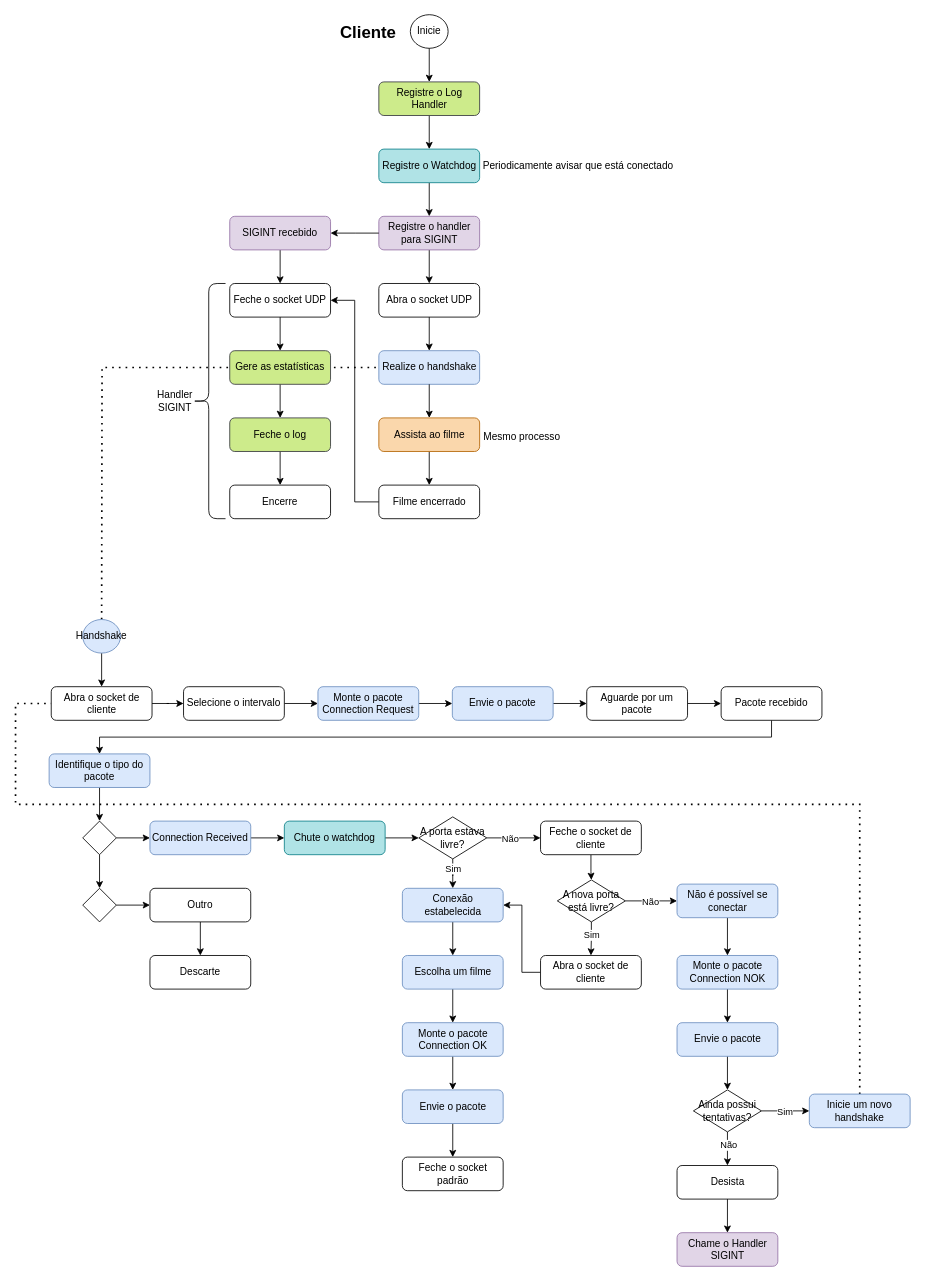
nico-ig/UDP-Video-Streaming keeps this draw.io diagram as page "Cliente" (2 of 8) of client-server.drawio. Above is the earlier version. Source tidied: cells renumbered, new cells numbered last; positions are measured from the earlier drawing's top-left corner, leaving out a move shared by most shapes. Both pictures are drawn from the tidied source at 84%, with x=0, y=0 at pixel (15, 14).
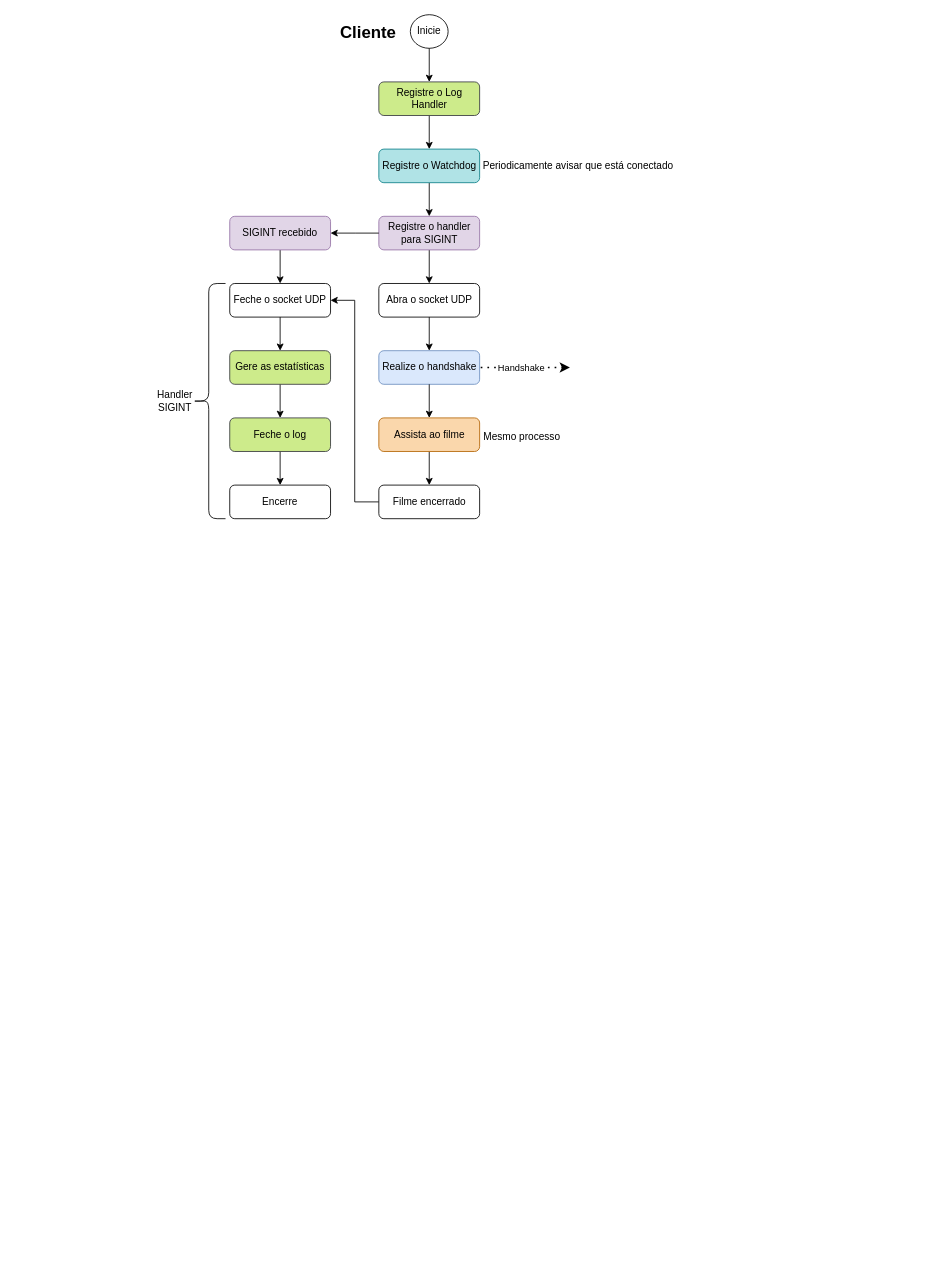
Above is the later version.

The change refers to these unchanged cells:
```xml
<mxCell id="6" value="Realize o handshake" style="rounded=1;whiteSpace=wrap;html=1;fillColor=#dae8fc;strokeColor=#6c8ebf;" parent="1" vertex="1">
  <mxGeometry x="432.5" y="400" width="120" height="40" as="geometry" />
</mxCell>
```

The edit, as a diff of the source:
```diff
@@
-    <mxCell id="2" style="endArrow=none;dashed=1;html=1;dashPattern=1 3;strokeWidth=2;rounded=0;entryX=0;entryY=0.5;entryDx=0;entryDy=0;exitX=0.5;exitY=0;exitDx=0;exitDy=0;" parent="1" edge="1" source="32" target="6">
-      <mxGeometry relative="1" as="geometry">
-        <Array as="points">
-          <mxPoint x="103" y="420" />
-        </Array>
-      </mxGeometry>
-    </mxCell>
-    <mxCell id="3" style="endArrow=none;dashed=1;html=1;dashPattern=1 3;strokeWidth=2;rounded=0;exitX=0.5;exitY=0;exitDx=0;exitDy=0;entryX=0;entryY=0.5;entryDx=0;entryDy=0;" parent="1" edge="1" source="71" target="35">
-      <mxGeometry relative="1" as="geometry">
-        <Array as="points">
-          <mxPoint x="1005" y="940" />
-          <mxPoint x="840" y="940" />
-          <mxPoint y="940" />
-          <mxPoint y="820" />
-        </Array>
-      </mxGeometry>
-    </mxCell>
@@
-    <mxCell id="31" style="edgeStyle=orthogonalEdgeStyle;rounded=0;jettySize=auto;html=1;" parent="1" edge="1" source="32" target="35">
-      <mxGeometry relative="1" as="geometry" />
-    </mxCell>
-    <mxCell id="32" value="Handshake" style="ellipse;whiteSpace=wrap;html=1;fillColor=#dae8fc;strokeColor=#6c8ebf;" parent="1" vertex="1">
-      <mxGeometry x="80" y="720" width="45" height="40" as="geometry" />
-    </mxCell>
@@
-    <mxCell id="34" style="edgeStyle=orthogonalEdgeStyle;rounded=0;jettySize=auto;html=1;" parent="1" edge="1" source="35" target="37">
-      <mxGeometry relative="1" as="geometry" />
-    </mxCell>
-    <mxCell id="35" value="Abra o socket de cliente" style="rounded=1;whiteSpace=wrap;html=1;" parent="1" vertex="1">
-      <mxGeometry x="42.5" y="800" width="120" height="40" as="geometry" />
-    </mxCell>
-    <mxCell id="36" style="edgeStyle=orthogonalEdgeStyle;rounded=0;jettySize=auto;html=1;" parent="1" edge="1" source="37" target="39">
-      <mxGeometry relative="1" as="geometry" />
-    </mxCell>
-    <mxCell id="37" value="Selecione o intervalo" style="rounded=1;whiteSpace=wrap;html=1;" parent="1" vertex="1">
-      <mxGeometry x="200" y="800" width="120" height="40" as="geometry" />
-    </mxCell>
-    <mxCell id="38" style="edgeStyle=orthogonalEdgeStyle;rounded=0;jettySize=auto;html=1;" parent="1" edge="1" source="39" target="41">
-      <mxGeometry relative="1" as="geometry" />
-    </mxCell>
-    <mxCell id="39" value="Monte o pacote Connection Request" style="rounded=1;whiteSpace=wrap;html=1;fillColor=#dae8fc;strokeColor=#6c8ebf;" parent="1" vertex="1">
-      <mxGeometry x="360" y="800" width="120" height="40" as="geometry" />
-    </mxCell>
-    <mxCell id="40" style="edgeStyle=orthogonalEdgeStyle;rounded=0;jettySize=auto;html=1;" parent="1" edge="1" source="41" target="43">
-      <mxGeometry relative="1" as="geometry" />
-    </mxCell>
-    <mxCell id="41" value="Envie o pacote" style="rounded=1;whiteSpace=wrap;html=1;fillColor=#dae8fc;strokeColor=#6c8ebf;" parent="1" vertex="1">
-      <mxGeometry x="520" y="800" width="120" height="40" as="geometry" />
-    </mxCell>
-    <mxCell id="42" style="edgeStyle=orthogonalEdgeStyle;rounded=0;jettySize=auto;html=1;exitX=1;exitY=0.5;exitDx=0;exitDy=0;entryX=0;entryY=0.5;entryDx=0;entryDy=0;" parent="1" edge="1" source="43" target="78">
-      <mxGeometry relative="1" as="geometry" />
-    </mxCell>
-    <mxCell id="43" value="Aguarde por um pacote" style="rounded=1;whiteSpace=wrap;html=1;" parent="1" vertex="1">
-      <mxGeometry x="680" y="800" width="120" height="40" as="geometry" />
-    </mxCell>
-    <mxCell id="44" style="edgeStyle=orthogonalEdgeStyle;rounded=0;jettySize=auto;html=1;exitX=1;exitY=0.5;exitDx=0;exitDy=0;" parent="1" edge="1" source="48" target="55">
-      <mxGeometry relative="1" as="geometry" />
-    </mxCell>
-    <mxCell id="45" value="Não" style="edgeLabel;html=1;align=center;verticalAlign=middle;" parent="44" vertex="1">
-      <mxGeometry relative="1" as="geometry">
-        <mxPoint x="-5" as="offset" />
-      </mxGeometry>
-    </mxCell>
-    <mxCell id="46" style="edgeStyle=orthogonalEdgeStyle;rounded=0;jettySize=auto;html=1;exitX=0.5;exitY=1;exitDx=0;exitDy=0;" parent="1" edge="1" source="48" target="67">
-      <mxGeometry relative="1" as="geometry" />
-    </mxCell>
-    <mxCell id="47" value="Sim" style="edgeLabel;html=1;align=center;verticalAlign=middle;" parent="46" vertex="1">
-      <mxGeometry relative="1" as="geometry">
-        <mxPoint y="-6" as="offset" />
-      </mxGeometry>
-    </mxCell>
-    <mxCell id="48" value="A porta estava livre?" style="rhombus;whiteSpace=wrap;html=1;" parent="1" vertex="1">
-      <mxGeometry x="480" y="955" width="81" height="50" as="geometry" />
-    </mxCell>
-    <mxCell id="49" style="edgeStyle=orthogonalEdgeStyle;rounded=0;jettySize=auto;html=1;exitX=0.5;exitY=1;exitDx=0;exitDy=0;entryX=0.5;entryY=0;entryDx=0;entryDy=0;" parent="1" edge="1" source="53" target="70">
-      <mxGeometry relative="1" as="geometry" />
-    </mxCell>
-    <mxCell id="50" value="Sim" style="edgeLabel;html=1;align=center;verticalAlign=middle;" parent="49" vertex="1">
-      <mxGeometry relative="1" as="geometry">
-        <mxPoint y="-5" as="offset" />
-      </mxGeometry>
-    </mxCell>
-    <mxCell id="51" style="edgeStyle=orthogonalEdgeStyle;rounded=0;jettySize=auto;html=1;exitX=1;exitY=0.5;exitDx=0;exitDy=0;entryX=0;entryY=0.5;entryDx=0;entryDy=0;" parent="1" edge="1" source="53" target="61">
-      <mxGeometry relative="1" as="geometry" />
-    </mxCell>
-    <mxCell id="52" value="Não" style="edgeLabel;html=1;align=center;verticalAlign=middle;" parent="51" vertex="1">
-      <mxGeometry x="-0.06" relative="1" as="geometry" />
-    </mxCell>
-    <mxCell id="53" value="A nova porta está livre?" style="rhombus;whiteSpace=wrap;html=1;" parent="1" vertex="1">
-      <mxGeometry x="645" y="1030" width="81" height="50" as="geometry" />
-    </mxCell>
-    <mxCell id="54" style="edgeStyle=orthogonalEdgeStyle;rounded=0;jettySize=auto;html=1;exitX=0.5;exitY=1;exitDx=0;exitDy=0;" parent="1" edge="1" source="55" target="53">
-      <mxGeometry relative="1" as="geometry" />
-    </mxCell>
-    <mxCell id="55" value="Feche o socket de cliente" style="rounded=1;whiteSpace=wrap;html=1;" parent="1" vertex="1">
-      <mxGeometry x="625" y="960" width="120" height="40" as="geometry" />
-    </mxCell>
-    <mxCell id="56" style="edgeStyle=orthogonalEdgeStyle;rounded=0;jettySize=auto;html=1;exitX=0.5;exitY=1;exitDx=0;exitDy=0;entryX=0.5;entryY=0;entryDx=0;entryDy=0;" parent="1" edge="1" source="57" target="59">
-      <mxGeometry relative="1" as="geometry" />
-    </mxCell>
-    <mxCell id="57" value="Monte o pacote Connection OK" style="rounded=1;whiteSpace=wrap;html=1;fillColor=#dae8fc;strokeColor=#6c8ebf;" parent="1" vertex="1">
-      <mxGeometry x="460.5" y="1200" width="120" height="40" as="geometry" />
-    </mxCell>
-    <mxCell id="58" style="edgeStyle=orthogonalEdgeStyle;rounded=0;jettySize=auto;html=1;exitX=0.5;exitY=1;exitDx=0;exitDy=0;entryX=0.5;entryY=0;entryDx=0;entryDy=0;" parent="1" edge="1" source="59" target="68">
-      <mxGeometry relative="1" as="geometry" />
-    </mxCell>
-    <mxCell id="59" value="Envie o pacote" style="rounded=1;whiteSpace=wrap;html=1;fillColor=#dae8fc;strokeColor=#6c8ebf;" parent="1" vertex="1">
-      <mxGeometry x="460.5" y="1280" width="120" height="40" as="geometry" />
-    </mxCell>
-    <mxCell id="60" style="edgeStyle=orthogonalEdgeStyle;rounded=0;jettySize=auto;html=1;exitX=0.5;exitY=1;exitDx=0;exitDy=0;" parent="1" edge="1" source="61" target="95">
-      <mxGeometry relative="1" as="geometry" />
-    </mxCell>
-    <mxCell id="61" value="Não é possível se conectar" style="rounded=1;whiteSpace=wrap;html=1;fillColor=#dae8fc;strokeColor=#6c8ebf;" parent="1" vertex="1">
-      <mxGeometry x="787.5" y="1035" width="120" height="40" as="geometry" />
-    </mxCell>
-    <mxCell id="62" style="edgeStyle=orthogonalEdgeStyle;rounded=0;jettySize=auto;html=1;exitX=0.5;exitY=1;exitDx=0;exitDy=0;entryX=0.5;entryY=0;entryDx=0;entryDy=0;" parent="1" edge="1" source="63" target="57">
-      <mxGeometry relative="1" as="geometry" />
-    </mxCell>
-    <mxCell id="63" value="Escolha um filme" style="rounded=1;whiteSpace=wrap;html=1;fillColor=#dae8fc;strokeColor=#6c8ebf;" parent="1" vertex="1">
-      <mxGeometry x="460.5" y="1120" width="120" height="40" as="geometry" />
-    </mxCell>
-    <mxCell id="64" style="edgeStyle=orthogonalEdgeStyle;rounded=0;jettySize=auto;html=1;exitX=1;exitY=0.5;exitDx=0;exitDy=0;" parent="1" edge="1" source="65" target="92">
-      <mxGeometry relative="1" as="geometry" />
-    </mxCell>
-    <mxCell id="65" value="Connection Received" style="rounded=1;whiteSpace=wrap;html=1;fillColor=#dae8fc;strokeColor=#6c8ebf;" parent="1" vertex="1">
-      <mxGeometry x="160" y="960" width="120" height="40" as="geometry" />
-    </mxCell>
-    <mxCell id="66" style="edgeStyle=orthogonalEdgeStyle;rounded=0;jettySize=auto;html=1;exitX=0.5;exitY=1;exitDx=0;exitDy=0;" parent="1" edge="1" source="67" target="63">
-      <mxGeometry relative="1" as="geometry" />
-    </mxCell>
-    <mxCell id="67" value="Conexão estabelecida" style="rounded=1;whiteSpace=wrap;html=1;fillColor=#dae8fc;strokeColor=#6c8ebf;" parent="1" vertex="1">
-      <mxGeometry x="460.5" y="1040" width="120" height="40" as="geometry" />
-    </mxCell>
-    <mxCell id="68" value="Feche o socket padrão" style="rounded=1;whiteSpace=wrap;html=1;" parent="1" vertex="1">
-      <mxGeometry x="460.5" y="1360" width="120" height="40" as="geometry" />
-    </mxCell>
-    <mxCell id="69" style="edgeStyle=orthogonalEdgeStyle;rounded=0;jettySize=auto;html=1;exitX=0;exitY=0.5;exitDx=0;exitDy=0;entryX=1;entryY=0.5;entryDx=0;entryDy=0;" parent="1" edge="1" source="70" target="67">
-      <mxGeometry relative="1" as="geometry" />
-    </mxCell>
-    <mxCell id="70" value="Abra o socket de cliente" style="rounded=1;whiteSpace=wrap;html=1;" parent="1" vertex="1">
-      <mxGeometry x="625" y="1120" width="120" height="40" as="geometry" />
-    </mxCell>
-    <mxCell id="71" value="Inicie um novo handshake" style="rounded=1;whiteSpace=wrap;html=1;fillColor=#dae8fc;strokeColor=#6c8ebf;" parent="1" vertex="1">
-      <mxGeometry x="945" y="1285" width="120" height="40" as="geometry" />
-    </mxCell>
-    <mxCell id="72" style="edgeStyle=orthogonalEdgeStyle;rounded=0;jettySize=auto;html=1;exitX=0.5;exitY=1;exitDx=0;exitDy=0;" parent="1" edge="1" source="73" target="76">
-      <mxGeometry relative="1" as="geometry" />
-    </mxCell>
-    <mxCell id="73" value="Identifique o tipo do pacote" style="rounded=1;whiteSpace=wrap;html=1;fillColor=#dae8fc;strokeColor=#6c8ebf;" parent="1" vertex="1">
-      <mxGeometry x="40" y="880" width="120" height="40" as="geometry" />
-    </mxCell>
-    <mxCell id="74" style="edgeStyle=orthogonalEdgeStyle;rounded=0;jettySize=auto;html=1;exitX=1;exitY=0.5;exitDx=0;exitDy=0;entryX=0;entryY=0.5;entryDx=0;entryDy=0;" parent="1" edge="1" source="76" target="65">
-      <mxGeometry relative="1" as="geometry" />
-    </mxCell>
-    <mxCell id="75" style="edgeStyle=orthogonalEdgeStyle;rounded=0;jettySize=auto;html=1;exitX=0.5;exitY=1;exitDx=0;exitDy=0;entryX=0.5;entryY=0;entryDx=0;entryDy=0;" parent="1" edge="1" source="76" target="87">
-      <mxGeometry relative="1" as="geometry" />
-    </mxCell>
-    <mxCell id="76" style="rhombus;whiteSpace=wrap;html=1;" parent="1" vertex="1">
-      <mxGeometry x="80" y="960" width="40" height="40" as="geometry" />
-    </mxCell>
-    <mxCell id="77" style="edgeStyle=orthogonalEdgeStyle;rounded=0;jettySize=auto;html=1;exitX=0.5;exitY=1;exitDx=0;exitDy=0;entryX=0.5;entryY=0;entryDx=0;entryDy=0;" parent="1" edge="1" source="78" target="73">
-      <mxGeometry relative="1" as="geometry" />
-    </mxCell>
-    <mxCell id="78" value="Pacote recebido" style="rounded=1;whiteSpace=wrap;html=1;" parent="1" vertex="1">
-      <mxGeometry x="840" y="800" width="120" height="40" as="geometry" />
-    </mxCell>
-    <mxCell id="79" style="edgeStyle=orthogonalEdgeStyle;rounded=0;jettySize=auto;html=1;exitX=1;exitY=0.5;exitDx=0;exitDy=0;entryX=0;entryY=0.5;entryDx=0;entryDy=0;" parent="1" edge="1" source="83" target="71">
-      <mxGeometry relative="1" as="geometry" />
-    </mxCell>
-    <mxCell id="80" value="Sim" style="edgeLabel;html=1;align=center;verticalAlign=middle;" parent="79" vertex="1">
-      <mxGeometry x="-0.05" relative="1" as="geometry" />
-    </mxCell>
-    <mxCell id="81" style="edgeStyle=orthogonalEdgeStyle;rounded=0;jettySize=auto;html=1;exitX=0.5;exitY=1;exitDx=0;exitDy=0;entryX=0.5;entryY=0;entryDx=0;entryDy=0;" parent="1" edge="1" source="83" target="85">
-      <mxGeometry relative="1" as="geometry" />
-    </mxCell>
-    <mxCell id="82" value="Não" style="edgeLabel;html=1;align=center;verticalAlign=middle;" parent="81" vertex="1">
-      <mxGeometry x="-0.25" y="1" relative="1" as="geometry" />
-    </mxCell>
-    <mxCell id="83" value="Ainda possui tentativas?" style="rhombus;whiteSpace=wrap;html=1;" parent="1" vertex="1">
-      <mxGeometry x="807" y="1280" width="81" height="50" as="geometry" />
-    </mxCell>
-    <mxCell id="84" style="edgeStyle=orthogonalEdgeStyle;rounded=0;jettySize=auto;html=1;exitX=0.5;exitY=1;exitDx=0;exitDy=0;" parent="1" edge="1" source="85" target="93">
-      <mxGeometry relative="1" as="geometry" />
-    </mxCell>
-    <mxCell id="85" value="Desista" style="rounded=1;whiteSpace=wrap;html=1;" parent="1" vertex="1">
-      <mxGeometry x="787.5" y="1370" width="120" height="40" as="geometry" />
-    </mxCell>
-    <mxCell id="86" style="edgeStyle=orthogonalEdgeStyle;rounded=0;jettySize=auto;html=1;exitX=1;exitY=0.5;exitDx=0;exitDy=0;entryX=0;entryY=0.5;entryDx=0;entryDy=0;" parent="1" edge="1" source="87" target="89">
-      <mxGeometry relative="1" as="geometry" />
-    </mxCell>
-    <mxCell id="87" style="rhombus;whiteSpace=wrap;html=1;" parent="1" vertex="1">
-      <mxGeometry x="80" y="1040" width="40" height="40" as="geometry" />
-    </mxCell>
-    <mxCell id="88" style="edgeStyle=orthogonalEdgeStyle;rounded=0;jettySize=auto;html=1;exitX=0.5;exitY=1;exitDx=0;exitDy=0;entryX=0.5;entryY=0;entryDx=0;entryDy=0;" parent="1" edge="1" source="89" target="90">
-      <mxGeometry relative="1" as="geometry" />
-    </mxCell>
-    <mxCell id="89" value="Outro" style="rounded=1;whiteSpace=wrap;html=1;" parent="1" vertex="1">
-      <mxGeometry x="160" y="1040" width="120" height="40" as="geometry" />
-    </mxCell>
-    <mxCell id="90" value="Descarte" style="rounded=1;whiteSpace=wrap;html=1;" parent="1" vertex="1">
-      <mxGeometry x="160" y="1120" width="120" height="40" as="geometry" />
-    </mxCell>
-    <mxCell id="91" style="edgeStyle=orthogonalEdgeStyle;rounded=0;jettySize=auto;html=1;exitX=1;exitY=0.5;exitDx=0;exitDy=0;entryX=0;entryY=0.5;entryDx=0;entryDy=0;" parent="1" edge="1" source="92" target="48">
-      <mxGeometry relative="1" as="geometry" />
-    </mxCell>
-    <mxCell id="92" value="Chute o watchdog" style="rounded=1;whiteSpace=wrap;html=1;fillColor=#b0e3e6;strokeColor=#0e8088;" parent="1" vertex="1">
-      <mxGeometry x="320" y="960" width="120" height="40" as="geometry" />
-    </mxCell>
-    <mxCell id="93" value="Chame o Handler SIGINT" style="rounded=1;whiteSpace=wrap;html=1;fillColor=#e1d5e7;strokeColor=#9673a6;" parent="1" vertex="1">
-      <mxGeometry x="787.5" y="1450" width="120" height="40" as="geometry" />
-    </mxCell>
-    <mxCell id="94" style="edgeStyle=orthogonalEdgeStyle;rounded=0;jettySize=auto;html=1;exitX=0.5;exitY=1;exitDx=0;exitDy=0;entryX=0.5;entryY=0;entryDx=0;entryDy=0;" parent="1" edge="1" source="95" target="97">
-      <mxGeometry relative="1" as="geometry" />
-    </mxCell>
-    <mxCell id="95" value="Monte o pacote Connection NOK" style="rounded=1;whiteSpace=wrap;html=1;fillColor=#dae8fc;strokeColor=#6c8ebf;" parent="1" vertex="1">
-      <mxGeometry x="787.5" y="1120" width="120" height="40" as="geometry" />
-    </mxCell>
-    <mxCell id="96" style="edgeStyle=orthogonalEdgeStyle;rounded=0;jettySize=auto;html=1;exitX=0.5;exitY=1;exitDx=0;exitDy=0;entryX=0.5;entryY=0;entryDx=0;entryDy=0;" parent="1" edge="1" source="97" target="83">
-      <mxGeometry relative="1" as="geometry" />
-    </mxCell>
-    <mxCell id="97" value="Envie o pacote" style="rounded=1;whiteSpace=wrap;html=1;fillColor=#dae8fc;strokeColor=#6c8ebf;" parent="1" vertex="1">
-      <mxGeometry x="787.5" y="1200" width="120" height="40" as="geometry" />
-    </mxCell>
@@
+    <mxCell id="101" style="endArrow=none;dashed=1;html=1;dashPattern=1 3;strokeWidth=2;rounded=0;startArrow=classic;startFill=1;entryX=1;entryY=0.5;entryDx=0;entryDy=0;" parent="1" edge="1" target="6">
+      <mxGeometry relative="1" as="geometry">
+        <mxPoint x="660" y="420" as="sourcePoint" />
+      </mxGeometry>
+    </mxCell>
+    <mxCell id="32" value="Handshake" style="edgeLabel;html=1;align=center;verticalAlign=middle;points=[];" parent="101" vertex="1">
+      <mxGeometry relative="1" as="geometry">
+        <mxPoint x="-5" as="offset" />
+      </mxGeometry>
+    </mxCell>
```
